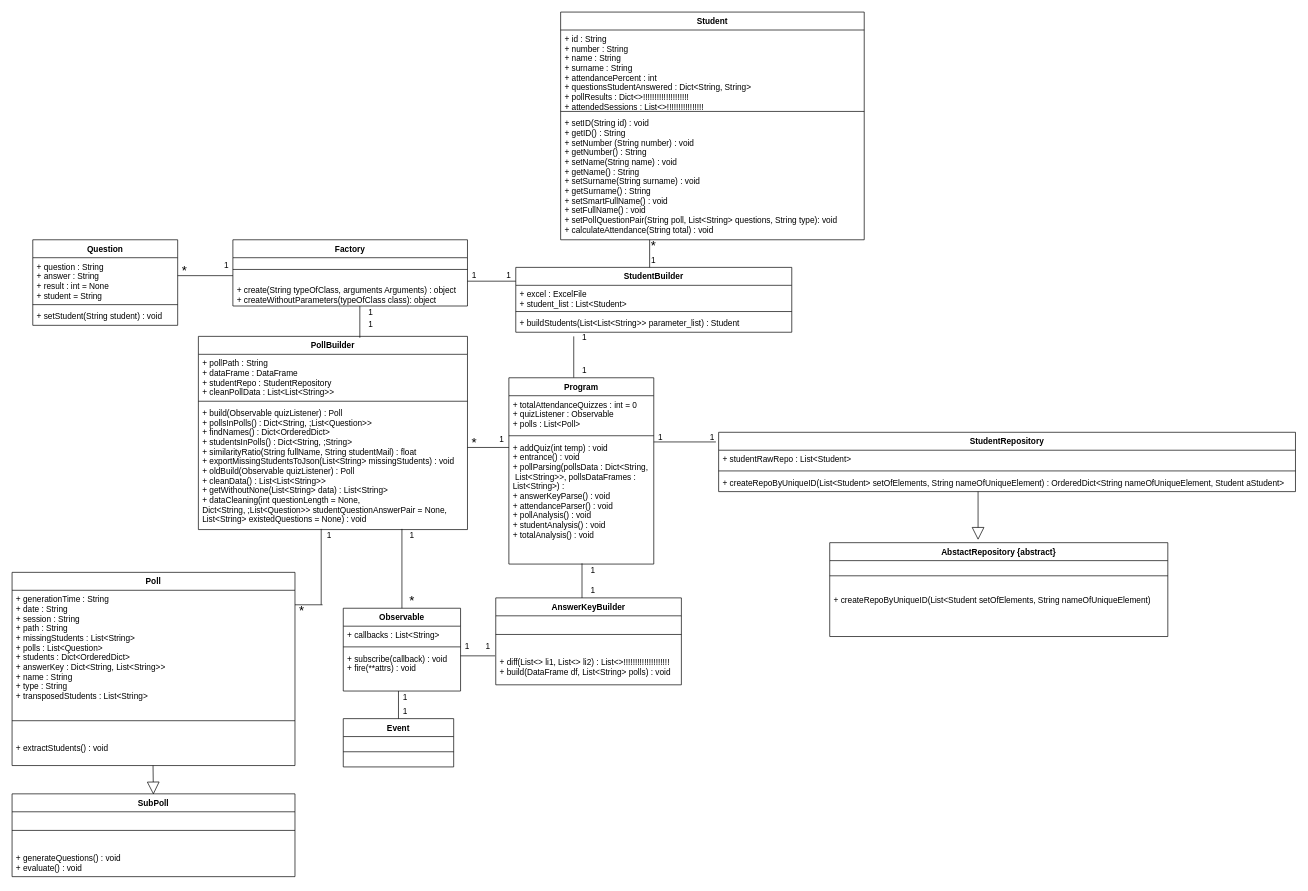
alperdokay/CSE3063F20P1_GRP20 keeps this draw.io diagram as PythonProject/iteration1/DCD.drawio. Above is the earlier version. Source tidied: cells renumbered, new cells numbered last; positions are measured from the earlier drawing's top-left corner, leaving out a move shared by most shapes. Both pictures are drawn from the tidied source at 69%, with x=0, y=0 at pixel (12, 12).
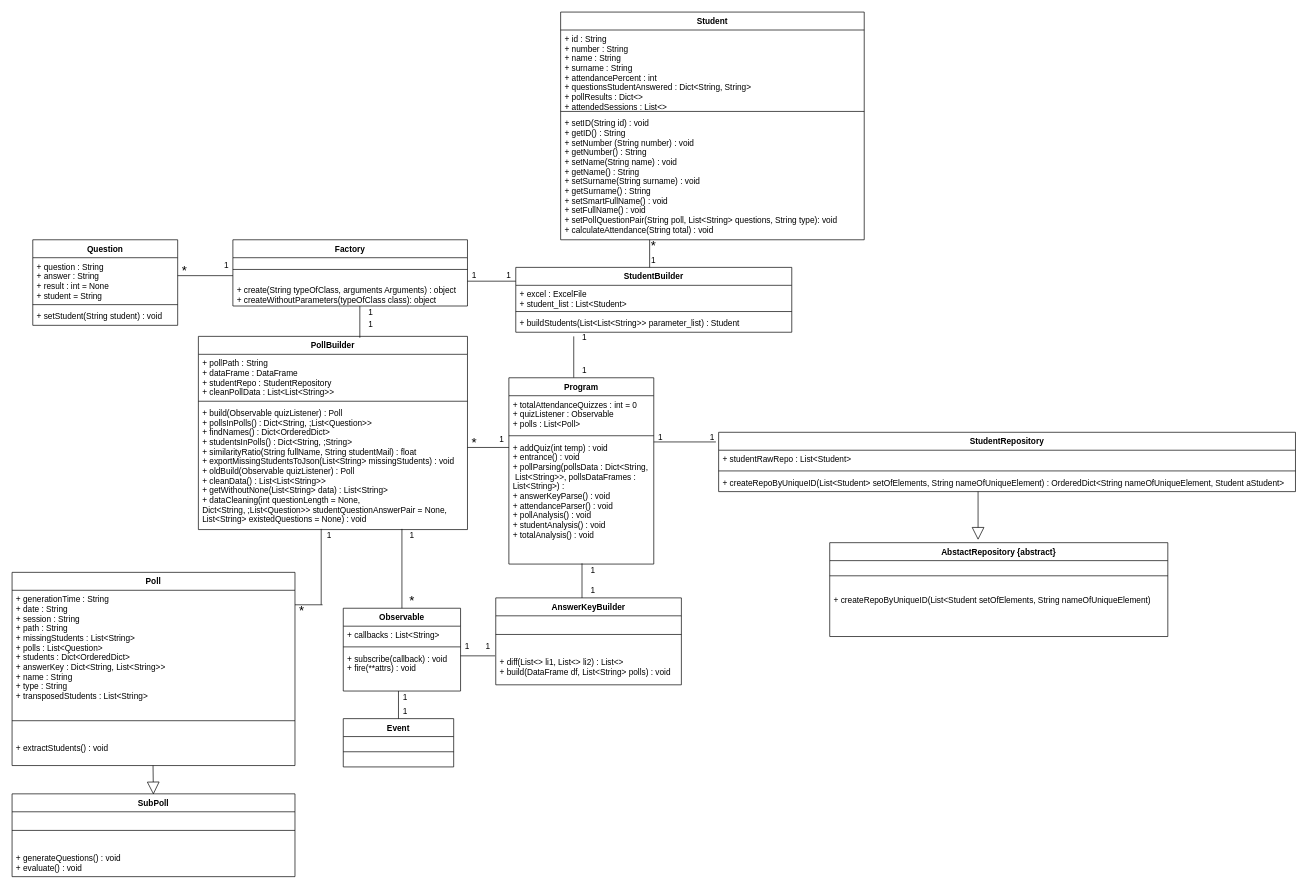
The same page after the edit.

Commit message:
Slight changes in DCD

Unchanged cells that the change refers to:
```xml
<mxCell id="17" value="Student" style="swimlane;fontStyle=1;align=center;verticalAlign=top;horizontal=1;startSize=26;" parent="1" vertex="1">
  <mxGeometry x="795" width="440" height="330" as="geometry" />
</mxCell>
<mxCell id="67" value="AnswerKeyBuilder" style="swimlane;fontStyle=1;align=center;verticalAlign=top;horizontal=1;startSize=26;" parent="1" vertex="1">
  <mxGeometry x="701" y="849" width="269" height="126" as="geometry" />
</mxCell>
```

The edit, as a diff of the source:
```diff
@@
-    <mxCell id="18" value="+ id : String&#10;+ number : String&#10;+ name : String&#10;+ surname : String&#10;+ attendancePercent : int&#10;+ questionsStudentAnswered : Dict&lt;String, String&gt;&#10;+ pollResults : Dict&lt;&gt;!!!!!!!!!!!!!!!!!!!!&#10;+ attendedSessions : List&lt;&gt;!!!!!!!!!!!!!!!!" style="text;strokeColor=none;fillColor=none;align=left;verticalAlign=top;spacingLeft=4;spacingRight=4;overflow=hidden;labelBackgroundColor=none;labelBorderColor=none;" parent="17" vertex="1">
+    <mxCell id="18" value="+ id : String&#10;+ number : String&#10;+ name : String&#10;+ surname : String&#10;+ attendancePercent : int&#10;+ questionsStudentAnswered : Dict&lt;String, String&gt;&#10;+ pollResults : Dict&lt;&gt;&#10;+ attendedSessions : List&lt;&gt;" style="text;strokeColor=none;fillColor=none;align=left;verticalAlign=top;spacingLeft=4;spacingRight=4;overflow=hidden;labelBackgroundColor=none;labelBorderColor=none;" parent="17" vertex="1">
       <mxGeometry y="26" width="440" height="114" as="geometry" />
     </mxCell>
@@
-    <mxCell id="69" value="+ diff(List&lt;&gt; li1, List&lt;&gt; li2) : List&lt;&gt;!!!!!!!!!!!!!!!!!!!!&#10;+ build(DataFrame df, List&lt;String&gt; polls) : void" style="text;strokeColor=none;fillColor=none;align=left;verticalAlign=top;spacingLeft=4;spacingRight=4;overflow=hidden;" parent="67" vertex="1">
+    <mxCell id="69" value="+ diff(List&lt;&gt; li1, List&lt;&gt; li2) : List&lt;&gt;&#10;+ build(DataFrame df, List&lt;String&gt; polls) : void" style="text;strokeColor=none;fillColor=none;align=left;verticalAlign=top;spacingLeft=4;spacingRight=4;overflow=hidden;" parent="67" vertex="1">
       <mxGeometry y="80" width="269" height="46" as="geometry" />
     </mxCell>
```
